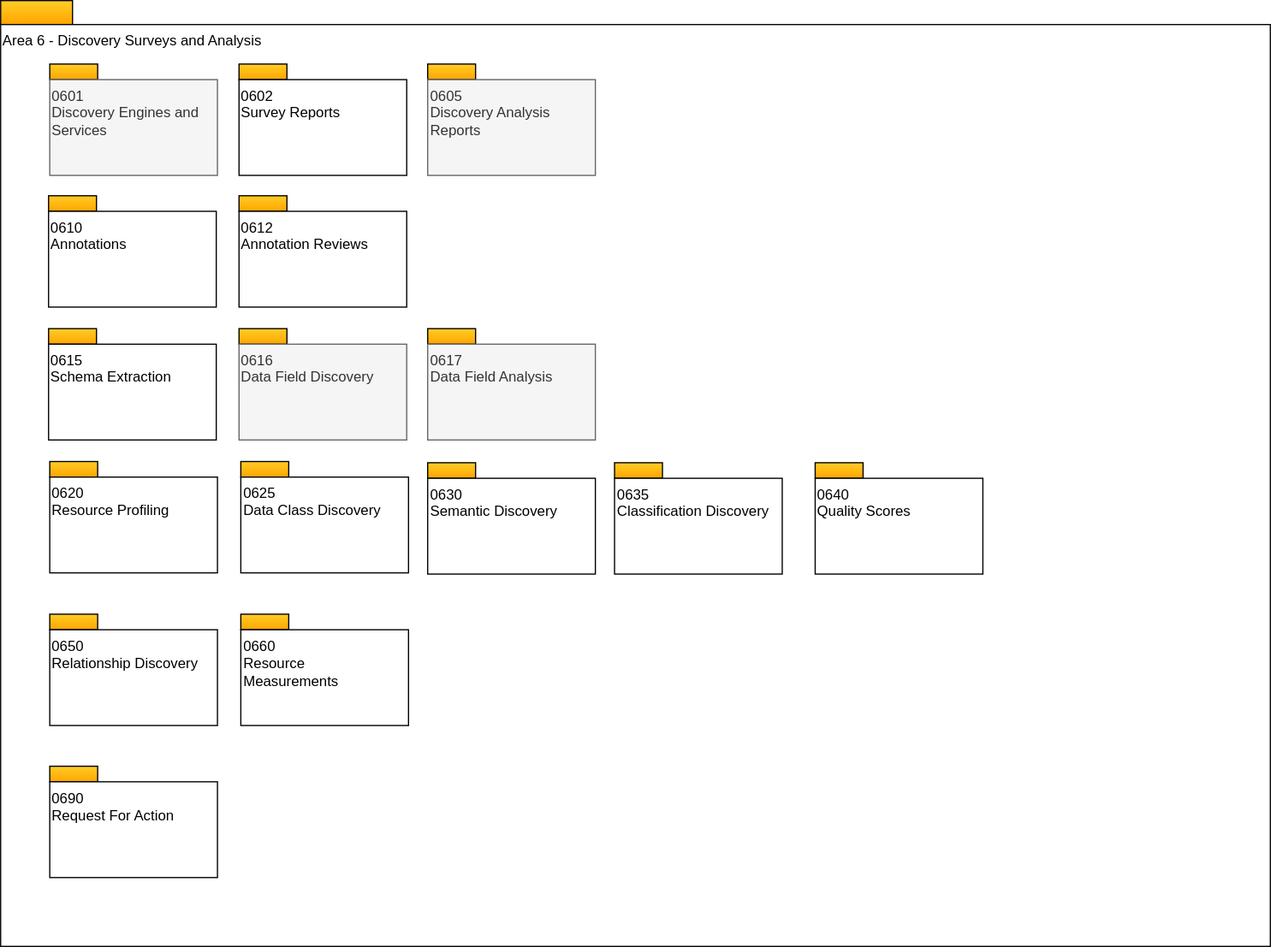
The draw.io diagram site/docs/types/6/area-6-discovery-overview.svg in odpi/egeria-docs, before a commit. Source tidied: cells renumbered, new cells last; positions are measured from the earlier drawing's top-left corner, leaving out a move shared by most shapes. Source of this version:
```xml
<mxGraphModel>
  <root>
    <mxCell id="0" />
    <mxCell id="1" parent="0" />
    <mxCell id="2" style="rounded=0;whiteSpace=wrap;html=1;align=left;fillColor=#ffcd28;strokeColor=#000000;gradientColor=#ffa500;" parent="1" vertex="1">
      <mxGeometry width="60" height="20" as="geometry" />
    </mxCell>
    <mxCell id="3" value="Area 6 - Discovery Surveys and Analysis" style="rounded=0;whiteSpace=wrap;html=1;align=left;verticalAlign=top;" parent="1" vertex="1">
      <mxGeometry y="20" width="1060" height="770" as="geometry" />
    </mxCell>
    <mxCell id="4" style="rounded=0;whiteSpace=wrap;html=1;align=left;fillColor=#ffcd28;strokeColor=#000000;gradientColor=#ffa500;" parent="1" vertex="1">
      <mxGeometry x="40" y="163" width="40" height="13" as="geometry" />
    </mxCell>
    <mxCell id="5" value="0610&lt;br&gt;Annotations" style="rounded=0;whiteSpace=wrap;html=1;align=left;verticalAlign=top;" parent="1" vertex="1">
      <mxGeometry x="40" y="176" width="140" height="80" as="geometry" />
    </mxCell>
    <mxCell id="6" style="rounded=0;whiteSpace=wrap;html=1;align=left;fillColor=#ffcd28;strokeColor=#000000;gradientColor=#ffa500;" parent="1" vertex="1">
      <mxGeometry x="199" y="163" width="40" height="13" as="geometry" />
    </mxCell>
    <mxCell id="7" value="0612&lt;br&gt;Annotation Reviews" style="rounded=0;whiteSpace=wrap;html=1;align=left;verticalAlign=top;" parent="1" vertex="1">
      <mxGeometry x="199" y="176" width="140" height="80" as="geometry" />
    </mxCell>
    <mxCell id="8" style="rounded=0;whiteSpace=wrap;html=1;align=left;fillColor=#ffcd28;strokeColor=#000000;gradientColor=#ffa500;" parent="1" vertex="1">
      <mxGeometry x="199" y="53" width="40" height="13" as="geometry" />
    </mxCell>
    <mxCell id="9" value="0602&lt;br&gt;Survey Reports" style="rounded=0;whiteSpace=wrap;html=1;align=left;verticalAlign=top;" parent="1" vertex="1">
      <mxGeometry x="199" y="66" width="140" height="80" as="geometry" />
    </mxCell>
    <mxCell id="10" style="rounded=0;whiteSpace=wrap;html=1;align=left;fillColor=#ffcd28;strokeColor=#000000;gradientColor=#ffa500;" parent="1" vertex="1">
      <mxGeometry x="41" y="385" width="40" height="13" as="geometry" />
    </mxCell>
    <mxCell id="11" value="0620&lt;br&gt;Resource Profiling" style="rounded=0;whiteSpace=wrap;html=1;align=left;verticalAlign=top;" parent="1" vertex="1">
      <mxGeometry x="41" y="398" width="140" height="80" as="geometry" />
    </mxCell>
    <mxCell id="12" style="rounded=0;whiteSpace=wrap;html=1;align=left;fillColor=#ffcd28;strokeColor=#000000;gradientColor=#ffa500;" parent="1" vertex="1">
      <mxGeometry x="200.5" y="385" width="40" height="13" as="geometry" />
    </mxCell>
    <mxCell id="13" value="0625&lt;br&gt;Data Class Discovery&lt;br&gt;" style="rounded=0;whiteSpace=wrap;html=1;align=left;verticalAlign=top;" parent="1" vertex="1">
      <mxGeometry x="200.5" y="398" width="140" height="80" as="geometry" />
    </mxCell>
    <mxCell id="14" style="rounded=0;whiteSpace=wrap;html=1;align=left;fillColor=#ffcd28;strokeColor=#000000;gradientColor=#ffa500;" parent="1" vertex="1">
      <mxGeometry x="356.5" y="386" width="40" height="13" as="geometry" />
    </mxCell>
    <mxCell id="15" value="0630&lt;br&gt;Semantic Discovery&lt;br&gt;" style="rounded=0;whiteSpace=wrap;html=1;align=left;verticalAlign=top;" parent="1" vertex="1">
      <mxGeometry x="356.5" y="399" width="140" height="80" as="geometry" />
    </mxCell>
    <mxCell id="16" style="rounded=0;whiteSpace=wrap;html=1;align=left;fillColor=#ffcd28;strokeColor=#000000;gradientColor=#ffa500;" parent="1" vertex="1">
      <mxGeometry x="512.5" y="386" width="40" height="13" as="geometry" />
    </mxCell>
    <mxCell id="17" value="0635&lt;br&gt;Classification Discovery&lt;br&gt;" style="rounded=0;whiteSpace=wrap;html=1;align=left;verticalAlign=top;" parent="1" vertex="1">
      <mxGeometry x="512.5" y="399" width="140" height="80" as="geometry" />
    </mxCell>
    <mxCell id="18" style="rounded=0;whiteSpace=wrap;html=1;align=left;fillColor=#ffcd28;strokeColor=#000000;gradientColor=#ffa500;" parent="1" vertex="1">
      <mxGeometry x="41" y="512.5" width="40" height="13" as="geometry" />
    </mxCell>
    <mxCell id="19" value="0650&lt;br&gt;Relationship Discovery" style="rounded=0;whiteSpace=wrap;html=1;align=left;verticalAlign=top;" parent="1" vertex="1">
      <mxGeometry x="41" y="525.5" width="140" height="80" as="geometry" />
    </mxCell>
    <mxCell id="20" style="rounded=0;whiteSpace=wrap;html=1;align=left;fillColor=#ffcd28;strokeColor=#000000;gradientColor=#ffa500;" parent="1" vertex="1">
      <mxGeometry x="200.5" y="512.5" width="40" height="13" as="geometry" />
    </mxCell>
    <mxCell id="21" value="0660&lt;br&gt;Resource &lt;br&gt;Measurements" style="rounded=0;whiteSpace=wrap;html=1;align=left;verticalAlign=top;" parent="1" vertex="1">
      <mxGeometry x="200.5" y="525.5" width="140" height="80" as="geometry" />
    </mxCell>
    <mxCell id="22" style="rounded=0;whiteSpace=wrap;html=1;align=left;fillColor=#ffcd28;strokeColor=#000000;gradientColor=#ffa500;" parent="1" vertex="1">
      <mxGeometry x="41" y="639.5" width="40" height="13" as="geometry" />
    </mxCell>
    <mxCell id="23" value="0690&lt;br&gt;Request For Action&lt;br&gt;" style="rounded=0;whiteSpace=wrap;html=1;align=left;verticalAlign=top;" parent="1" vertex="1">
      <mxGeometry x="41" y="652.5" width="140" height="80" as="geometry" />
    </mxCell>
    <mxCell id="24" style="rounded=0;whiteSpace=wrap;html=1;align=left;fillColor=#ffcd28;strokeColor=#000000;gradientColor=#ffa500;" parent="1" vertex="1">
      <mxGeometry x="680" y="386" width="40" height="13" as="geometry" />
    </mxCell>
    <mxCell id="25" value="0640&lt;br&gt;Quality Scores&lt;br&gt;" style="rounded=0;whiteSpace=wrap;html=1;align=left;verticalAlign=top;" parent="1" vertex="1">
      <mxGeometry x="680" y="399" width="140" height="80" as="geometry" />
    </mxCell>
    <mxCell id="26" style="rounded=0;whiteSpace=wrap;html=1;align=left;fillColor=#ffcd28;strokeColor=#000000;gradientColor=#ffa500;" parent="1" vertex="1">
      <mxGeometry x="41" y="53" width="40" height="13" as="geometry" />
    </mxCell>
    <mxCell id="27" value="0601&lt;br&gt;Discovery Engines and Services" style="rounded=0;whiteSpace=wrap;html=1;align=left;verticalAlign=top;fillColor=#f5f5f5;fontColor=#333333;strokeColor=#666666;" parent="1" vertex="1">
      <mxGeometry x="41" y="66" width="140" height="80" as="geometry" />
    </mxCell>
    <mxCell id="28" style="rounded=0;whiteSpace=wrap;html=1;align=left;fillColor=#ffcd28;strokeColor=#000000;gradientColor=#ffa500;" parent="1" vertex="1">
      <mxGeometry x="356.5" y="53" width="40" height="13" as="geometry" />
    </mxCell>
    <mxCell id="29" value="0605&lt;br&gt;Discovery Analysis&lt;br&gt;Reports" style="rounded=0;whiteSpace=wrap;html=1;align=left;verticalAlign=top;fillColor=#f5f5f5;fontColor=#333333;strokeColor=#666666;" parent="1" vertex="1">
      <mxGeometry x="356.5" y="66" width="140" height="80" as="geometry" />
    </mxCell>
    <mxCell id="30" style="rounded=0;whiteSpace=wrap;html=1;align=left;fillColor=#ffcd28;strokeColor=#000000;gradientColor=#ffa500;" parent="1" vertex="1">
      <mxGeometry x="40" y="274" width="40" height="13" as="geometry" />
    </mxCell>
    <mxCell id="31" value="0615&lt;br&gt;Schema Extraction" style="rounded=0;whiteSpace=wrap;html=1;align=left;verticalAlign=top;" parent="1" vertex="1">
      <mxGeometry x="40" y="287" width="140" height="80" as="geometry" />
    </mxCell>
    <mxCell id="32" style="rounded=0;whiteSpace=wrap;html=1;align=left;fillColor=#ffcd28;strokeColor=#000000;gradientColor=#ffa500;" parent="1" vertex="1">
      <mxGeometry x="199" y="274" width="40" height="13" as="geometry" />
    </mxCell>
    <mxCell id="33" value="0616&lt;br&gt;Data Field Discovery" style="rounded=0;whiteSpace=wrap;html=1;align=left;verticalAlign=top;fillColor=#f5f5f5;fontColor=#333333;strokeColor=#666666;" parent="1" vertex="1">
      <mxGeometry x="199" y="287" width="140" height="80" as="geometry" />
    </mxCell>
    <mxCell id="34" style="rounded=0;whiteSpace=wrap;html=1;align=left;fillColor=#ffcd28;strokeColor=#000000;gradientColor=#ffa500;" parent="1" vertex="1">
      <mxGeometry x="356.5" y="274" width="40" height="13" as="geometry" />
    </mxCell>
    <mxCell id="35" value="0617&lt;br&gt;Data Field Analysis" style="rounded=0;whiteSpace=wrap;html=1;align=left;verticalAlign=top;fillColor=#f5f5f5;fontColor=#333333;strokeColor=#666666;" parent="1" vertex="1">
      <mxGeometry x="356.5" y="287" width="140" height="80" as="geometry" />
    </mxCell>
  </root>
</mxGraphModel>
```
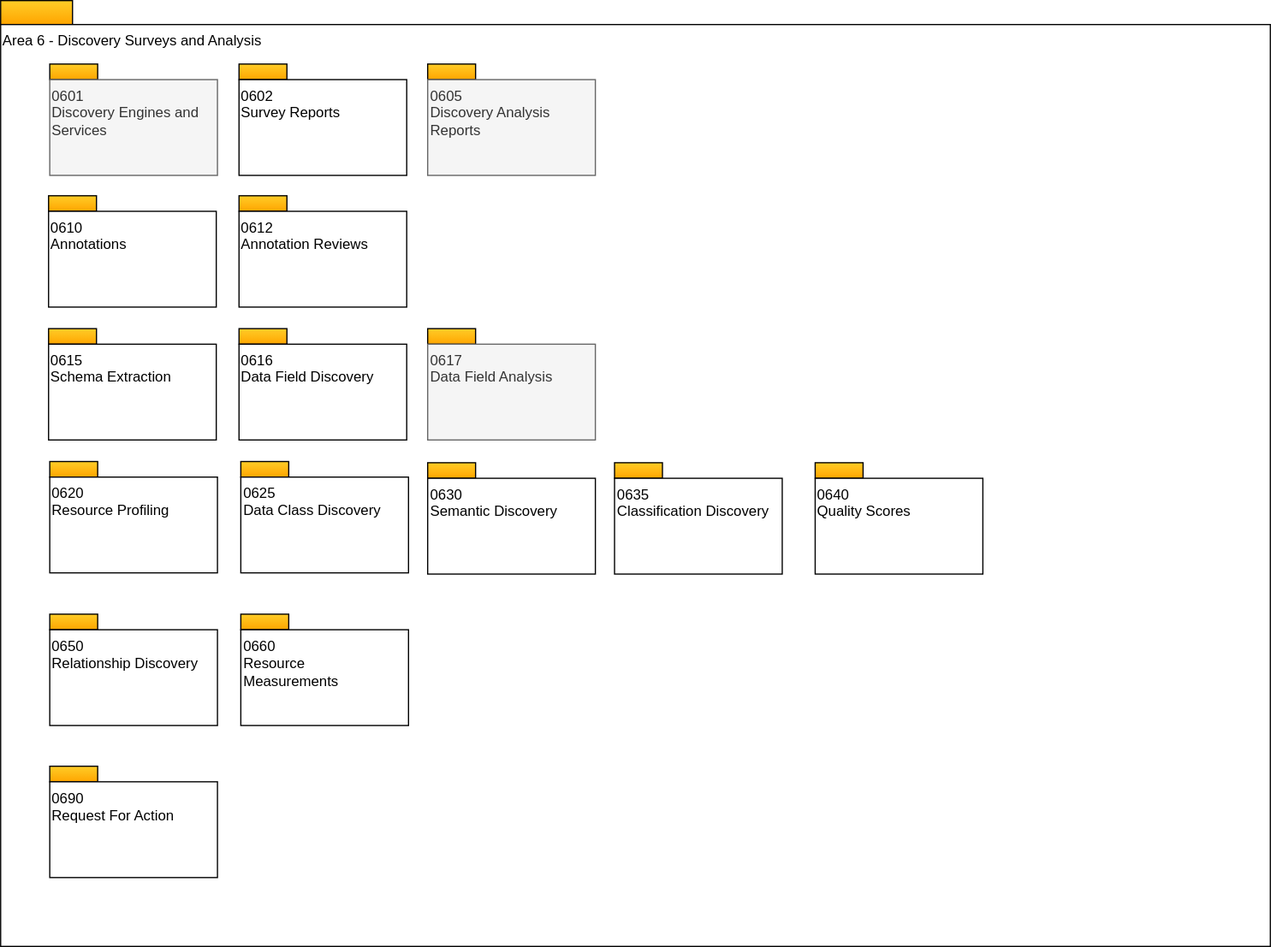
After the commit.

Commit message:
Add data field modelling

What changed in the source:
```diff
@@ -95,7 +95,7 @@
     <mxCell id="32" style="rounded=0;whiteSpace=wrap;html=1;align=left;fillColor=#ffcd28;strokeColor=#000000;gradientColor=#ffa500;" parent="1" vertex="1">
       <mxGeometry x="199" y="274" width="40" height="13" as="geometry" />
     </mxCell>
-    <mxCell id="33" value="0616&lt;br&gt;Data Field Discovery" style="rounded=0;whiteSpace=wrap;html=1;align=left;verticalAlign=top;fillColor=#f5f5f5;fontColor=#333333;strokeColor=#666666;" parent="1" vertex="1">
+    <mxCell id="33" value="0616&lt;br&gt;Data Field Discovery" style="rounded=0;whiteSpace=wrap;html=1;align=left;verticalAlign=top;" parent="1" vertex="1">
       <mxGeometry x="199" y="287" width="140" height="80" as="geometry" />
     </mxCell>
     <mxCell id="34" style="rounded=0;whiteSpace=wrap;html=1;align=left;fillColor=#ffcd28;strokeColor=#000000;gradientColor=#ffa500;" parent="1" vertex="1">
```
